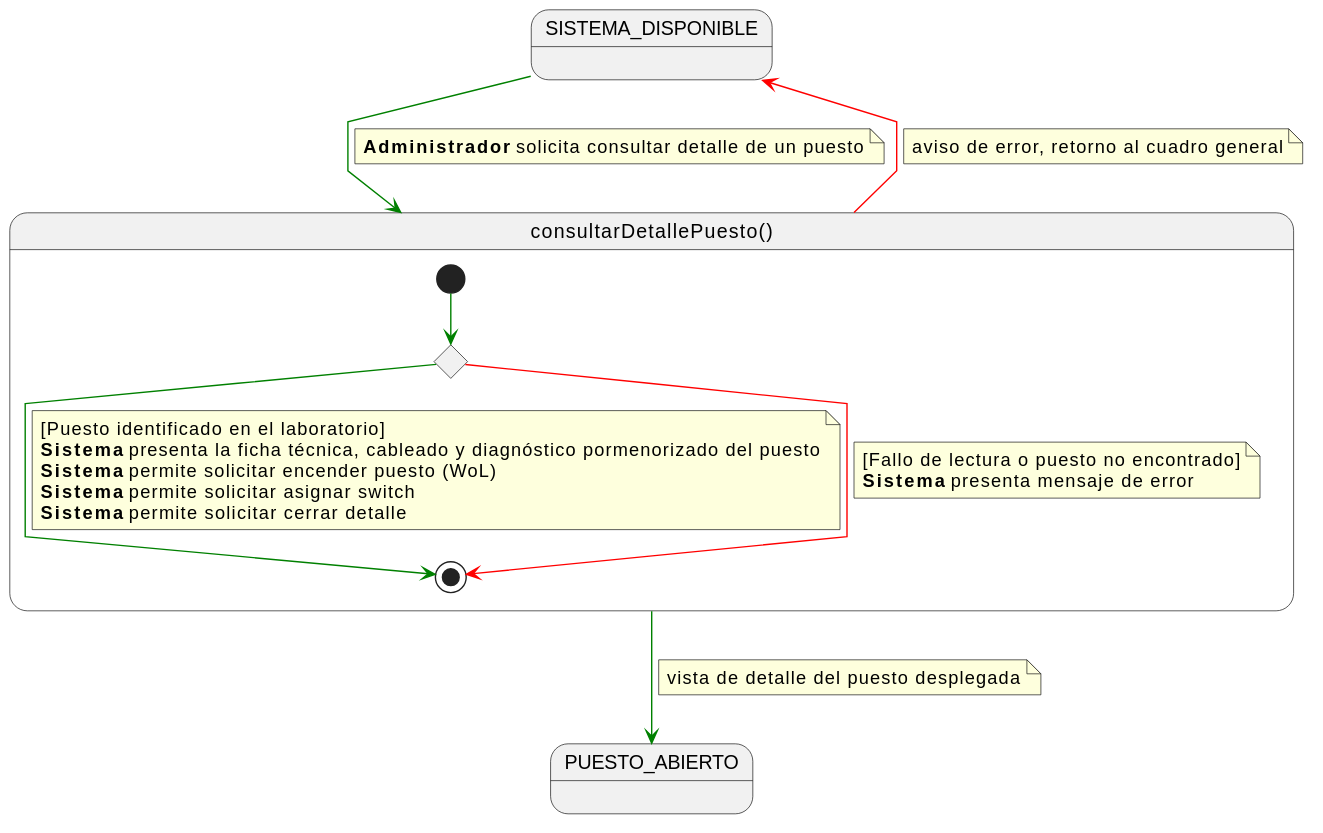
Carlos-Lima2510/mesh-panel keeps this PlantUML diagram as images/01-requisitos/01-detalle-casos-uso/consultarDetallePuesto/especificacion.svg. Above is the earlier version. Its diagram source:
```plantuml
@startuml
skinparam linetype polyline

state SISTEMA_DISPONIBLE
state PUESTO_ABIERTO

SISTEMA_DISPONIBLE -[#green]-> consultarDetallePuesto
note on link
<b>Administrador</b> solicita consultar detalle de un puesto
end note

state consultarDetallePuesto as "consultarDetallePuesto()" {

    state c <<choice>>

    [*] -[#green]-> c

    c -[#green]-> [*]
    note on link
    [Puesto identificado en el laboratorio]
    <b>Sistema</b> presenta la ficha técnica, cableado y diagnóstico pormenorizado del puesto
    <b>Sistema</b> permite solicitar encender puesto (WoL)
    <b>Sistema</b> permite solicitar asignar switch
    <b>Sistema</b> permite solicitar cerrar detalle
    end note

    c -[#red]-> [*]
    note on link
    [Fallo de lectura o puesto no encontrado]
    <b>Sistema</b> presenta mensaje de error
    end note
}

consultarDetallePuesto -[#green]-> PUESTO_ABIERTO
note on link
vista de detalle del puesto desplegada
end note

consultarDetallePuesto -[#red]-> SISTEMA_DISPONIBLE
note on link
aviso de error, retorno al cuadro general
end note
@enduml
```
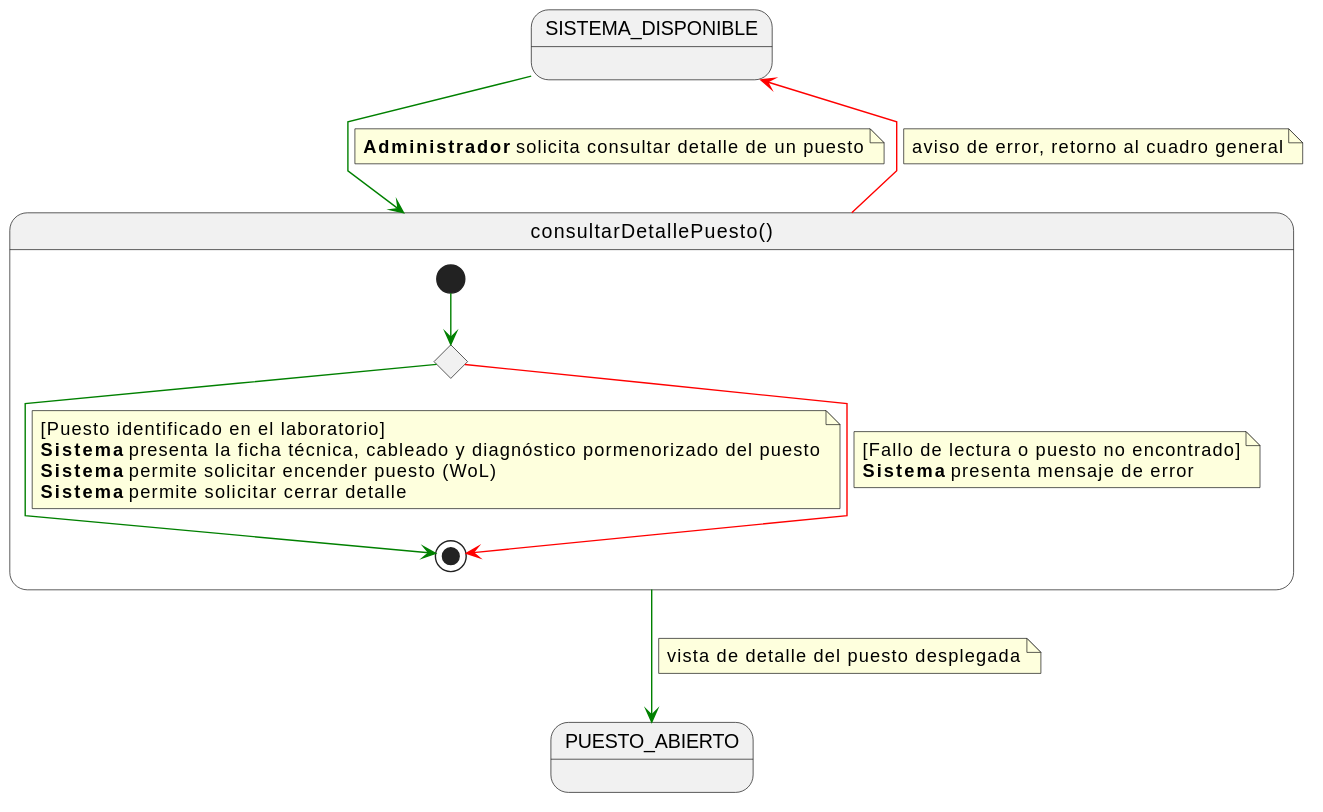
The same diagram one commit later.

The edit, as a diff of the source:
```diff
@@ -20,7 +20,6 @@
     [Puesto identificado en el laboratorio]
     <b>Sistema</b> presenta la ficha técnica, cableado y diagnóstico pormenorizado del puesto
     <b>Sistema</b> permite solicitar encender puesto (WoL)
-    <b>Sistema</b> permite solicitar asignar switch
     <b>Sistema</b> permite solicitar cerrar detalle
     end note
 
```
